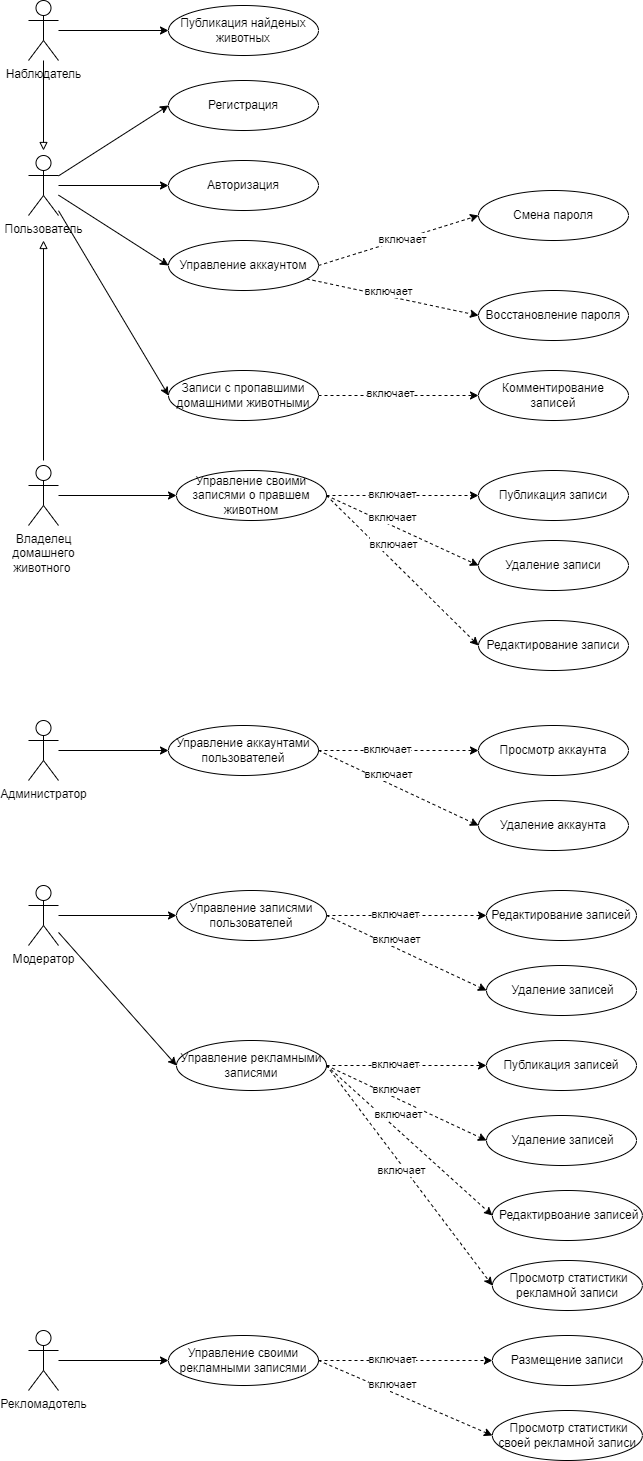
This is Lab Work №1/docs/use-case-diagram.drawio.png from nikitasik4ik/HSE_Architecture, a draw.io export, as it was before one commit. Source tidied: cells renumbered, new cells last; positions are measured from the earlier drawing's top-left corner, leaving out a move shared by most shapes. The source it was exported from:
```xml
<mxGraphModel>
  <root>
    <mxCell id="0" />
    <mxCell id="1" parent="0" />
    <mxCell id="2" value="Регистрация" style="ellipse;whiteSpace=wrap;html=1;" parent="1" vertex="1">
      <mxGeometry x="140" y="80" width="150" height="50" as="geometry" />
    </mxCell>
    <mxCell id="3" value="Авторизация" style="ellipse;whiteSpace=wrap;html=1;" parent="1" vertex="1">
      <mxGeometry x="140" y="160" width="150" height="50" as="geometry" />
    </mxCell>
    <mxCell id="4" value="Восстановление пароля" style="ellipse;whiteSpace=wrap;html=1;" parent="1" vertex="1">
      <mxGeometry x="450" y="290" width="150" height="50" as="geometry" />
    </mxCell>
    <mxCell id="5" value="Комментирование записей" style="ellipse;whiteSpace=wrap;html=1;" parent="1" vertex="1">
      <mxGeometry x="450" y="370" width="150" height="50" as="geometry" />
    </mxCell>
    <mxCell id="6" style="rounded=0;jettySize=auto;html=1;entryX=0;entryY=0.5;entryDx=0;entryDy=0;dashed=1;" parent="1" edge="1" source="8" target="4">
      <mxGeometry relative="1" as="geometry" />
    </mxCell>
    <mxCell id="7" value="включает" style="edgeLabel;html=1;align=center;verticalAlign=middle;" parent="6" vertex="1">
      <mxGeometry x="-0.4" y="3" relative="1" as="geometry">
        <mxPoint x="29" y="4" as="offset" />
      </mxGeometry>
    </mxCell>
    <mxCell id="8" value="Управление аккаунтом" style="ellipse;whiteSpace=wrap;html=1;" parent="1" vertex="1">
      <mxGeometry x="140" y="240" width="150" height="50" as="geometry" />
    </mxCell>
    <mxCell id="9" style="rounded=0;jettySize=auto;html=1;entryX=0;entryY=0.5;entryDx=0;entryDy=0;dashed=1;exitX=1;exitY=0.5;exitDx=0;exitDy=0;" parent="1" edge="1" source="8" target="11">
      <mxGeometry relative="1" as="geometry" />
    </mxCell>
    <mxCell id="10" value="включает" style="edgeLabel;html=1;align=center;verticalAlign=middle;" parent="9" vertex="1">
      <mxGeometry x="-0.4" y="3" relative="1" as="geometry">
        <mxPoint x="37" y="-9" as="offset" />
      </mxGeometry>
    </mxCell>
    <mxCell id="11" value="Смена пароля" style="ellipse;whiteSpace=wrap;html=1;" parent="1" vertex="1">
      <mxGeometry x="450" y="190" width="150" height="50" as="geometry" />
    </mxCell>
    <mxCell id="12" style="rounded=0;jettySize=auto;html=1;entryX=0;entryY=0.5;entryDx=0;entryDy=0;" parent="1" edge="1" source="17" target="2">
      <mxGeometry relative="1" as="geometry" />
    </mxCell>
    <mxCell id="13" style="rounded=0;jettySize=auto;html=1;entryX=0;entryY=0.5;entryDx=0;entryDy=0;" parent="1" edge="1" source="17" target="3">
      <mxGeometry relative="1" as="geometry" />
    </mxCell>
    <mxCell id="14" style="rounded=0;jettySize=auto;html=1;entryX=0;entryY=0.5;entryDx=0;entryDy=0;" parent="1" edge="1" source="17" target="8">
      <mxGeometry relative="1" as="geometry" />
    </mxCell>
    <mxCell id="15" style="rounded=0;jettySize=auto;html=1;entryX=0;entryY=0.5;entryDx=0;entryDy=0;" parent="1" edge="1" source="21" target="27">
      <mxGeometry relative="1" as="geometry" />
    </mxCell>
    <mxCell id="16" style="rounded=0;jettySize=auto;html=1;entryX=0;entryY=0.5;entryDx=0;entryDy=0;" parent="1" edge="1" source="17" target="32">
      <mxGeometry relative="1" as="geometry" />
    </mxCell>
    <mxCell id="17" value="Пользователь" style="shape=umlActor;verticalLabelPosition=bottom;verticalAlign=top;html=1;outlineConnect=0;" parent="1" vertex="1">
      <mxGeometry y="155" width="30" height="60" as="geometry" />
    </mxCell>
    <mxCell id="18" style="rounded=0;jettySize=auto;html=1;endArrow=block;endFill=0;" parent="1" edge="1" source="20">
      <mxGeometry relative="1" as="geometry">
        <mxPoint x="15" y="150" as="targetPoint" />
      </mxGeometry>
    </mxCell>
    <mxCell id="19" style="edgeStyle=orthogonalEdgeStyle;rounded=0;jettySize=auto;html=1;entryX=0;entryY=0.5;entryDx=0;entryDy=0;" parent="1" edge="1" source="20" target="31">
      <mxGeometry relative="1" as="geometry" />
    </mxCell>
    <mxCell id="20" value="Наблюдатель" style="shape=umlActor;verticalLabelPosition=bottom;verticalAlign=top;html=1;outlineConnect=0;" parent="1" vertex="1">
      <mxGeometry width="30" height="60" as="geometry" />
    </mxCell>
    <mxCell id="21" value="Владелец &lt;br&gt;домашнего &lt;br&gt;животного&amp;nbsp;" style="shape=umlActor;verticalLabelPosition=bottom;verticalAlign=top;html=1;outlineConnect=0;" parent="1" vertex="1">
      <mxGeometry y="465" width="30" height="60" as="geometry" />
    </mxCell>
    <mxCell id="22" style="rounded=0;orthogonalLoop=1;jettySize=auto;html=1;endArrow=block;endFill=0;" parent="1" edge="1">
      <mxGeometry relative="1" as="geometry">
        <mxPoint x="15" y="460" as="sourcePoint" />
        <mxPoint x="15" y="240" as="targetPoint" />
      </mxGeometry>
    </mxCell>
    <mxCell id="23" style="rounded=0;jettySize=auto;html=1;entryX=0;entryY=0.5;entryDx=0;entryDy=0;dashed=1;exitX=1;exitY=0.5;exitDx=0;exitDy=0;" parent="1" edge="1" source="32" target="5">
      <mxGeometry relative="1" as="geometry" />
    </mxCell>
    <mxCell id="24" value="включает" style="edgeLabel;html=1;align=center;verticalAlign=middle;" parent="23" vertex="1">
      <mxGeometry x="-0.5" y="-2" relative="1" as="geometry">
        <mxPoint x="32" y="-4" as="offset" />
      </mxGeometry>
    </mxCell>
    <mxCell id="25" style="rounded=0;jettySize=auto;html=1;entryX=0;entryY=0.5;entryDx=0;entryDy=0;dashed=1;" parent="1" edge="1" source="27" target="30">
      <mxGeometry relative="1" as="geometry" />
    </mxCell>
    <mxCell id="26" value="включает" style="edgeLabel;html=1;align=center;verticalAlign=middle;" parent="25" vertex="1">
      <mxGeometry x="-0.35" y="1" relative="1" as="geometry">
        <mxPoint x="16" as="offset" />
      </mxGeometry>
    </mxCell>
    <mxCell id="27" value="Управление своими записями о правшем животном" style="ellipse;whiteSpace=wrap;html=1;" parent="1" vertex="1">
      <mxGeometry x="148" y="470" width="150" height="50" as="geometry" />
    </mxCell>
    <mxCell id="28" style="edgeStyle=orthogonalEdgeStyle;rounded=0;jettySize=auto;html=1;entryX=0;entryY=0.5;entryDx=0;entryDy=0;" parent="1" edge="1" source="29" target="39">
      <mxGeometry relative="1" as="geometry" />
    </mxCell>
    <mxCell id="29" value="Администратор" style="shape=umlActor;verticalLabelPosition=bottom;verticalAlign=top;html=1;outlineConnect=0;" parent="1" vertex="1">
      <mxGeometry y="720" width="30" height="60" as="geometry" />
    </mxCell>
    <mxCell id="30" value="Публикация записи" style="ellipse;whiteSpace=wrap;html=1;" parent="1" vertex="1">
      <mxGeometry x="450" y="470" width="150" height="50" as="geometry" />
    </mxCell>
    <mxCell id="31" value="Публикация найденых животных" style="ellipse;whiteSpace=wrap;html=1;" parent="1" vertex="1">
      <mxGeometry x="140" y="5" width="150" height="50" as="geometry" />
    </mxCell>
    <mxCell id="32" value="Записи с пропавшими домашними животными" style="ellipse;whiteSpace=wrap;html=1;" parent="1" vertex="1">
      <mxGeometry x="140" y="370" width="150" height="50" as="geometry" />
    </mxCell>
    <mxCell id="33" style="rounded=0;jettySize=auto;html=1;entryX=0;entryY=0.5;entryDx=0;entryDy=0;dashed=1;exitX=1;exitY=0.5;exitDx=0;exitDy=0;" parent="1" edge="1" source="27" target="35">
      <mxGeometry relative="1" as="geometry" />
    </mxCell>
    <mxCell id="34" value="включает" style="edgeLabel;html=1;align=center;verticalAlign=middle;" parent="33" vertex="1">
      <mxGeometry x="-0.35" y="1" relative="1" as="geometry">
        <mxPoint x="16" as="offset" />
      </mxGeometry>
    </mxCell>
    <mxCell id="35" value="Удаление записи" style="ellipse;whiteSpace=wrap;html=1;" parent="1" vertex="1">
      <mxGeometry x="450" y="540" width="150" height="50" as="geometry" />
    </mxCell>
    <mxCell id="36" style="rounded=0;jettySize=auto;html=1;entryX=0;entryY=0.5;entryDx=0;entryDy=0;dashed=1;exitX=1;exitY=0.5;exitDx=0;exitDy=0;" parent="1" edge="1" source="27" target="38">
      <mxGeometry relative="1" as="geometry" />
    </mxCell>
    <mxCell id="37" value="включает" style="edgeLabel;html=1;align=center;verticalAlign=middle;" parent="36" vertex="1">
      <mxGeometry x="-0.35" y="1" relative="1" as="geometry">
        <mxPoint x="16" as="offset" />
      </mxGeometry>
    </mxCell>
    <mxCell id="38" value="Редактирование записи" style="ellipse;whiteSpace=wrap;html=1;" parent="1" vertex="1">
      <mxGeometry x="450" y="620" width="150" height="50" as="geometry" />
    </mxCell>
    <mxCell id="39" value="Управление аккаунтами пользователей" style="ellipse;whiteSpace=wrap;html=1;" parent="1" vertex="1">
      <mxGeometry x="140" y="725" width="150" height="50" as="geometry" />
    </mxCell>
    <mxCell id="40" style="rounded=0;jettySize=auto;html=1;entryX=0;entryY=0.5;entryDx=0;entryDy=0;dashed=1;exitX=1;exitY=0.5;exitDx=0;exitDy=0;" parent="1" edge="1" source="39" target="42">
      <mxGeometry relative="1" as="geometry" />
    </mxCell>
    <mxCell id="41" value="включает" style="edgeLabel;html=1;align=center;verticalAlign=middle;" parent="40" vertex="1">
      <mxGeometry x="-0.35" y="1" relative="1" as="geometry">
        <mxPoint x="16" as="offset" />
      </mxGeometry>
    </mxCell>
    <mxCell id="42" value="Просмотр аккаунта" style="ellipse;whiteSpace=wrap;html=1;" parent="1" vertex="1">
      <mxGeometry x="450" y="725" width="150" height="50" as="geometry" />
    </mxCell>
    <mxCell id="43" style="rounded=0;jettySize=auto;html=1;entryX=0;entryY=0.5;entryDx=0;entryDy=0;dashed=1;exitX=1;exitY=0.5;exitDx=0;exitDy=0;" parent="1" edge="1" source="39" target="45">
      <mxGeometry relative="1" as="geometry" />
    </mxCell>
    <mxCell id="44" value="включает" style="edgeLabel;html=1;align=center;verticalAlign=middle;" parent="43" vertex="1">
      <mxGeometry x="-0.35" y="1" relative="1" as="geometry">
        <mxPoint x="16" as="offset" />
      </mxGeometry>
    </mxCell>
    <mxCell id="45" value="Удаление аккаунта" style="ellipse;whiteSpace=wrap;html=1;" parent="1" vertex="1">
      <mxGeometry x="450" y="800" width="150" height="50" as="geometry" />
    </mxCell>
    <mxCell id="46" value="Управление записями пользователей" style="ellipse;whiteSpace=wrap;html=1;" parent="1" vertex="1">
      <mxGeometry x="148" y="890" width="150" height="50" as="geometry" />
    </mxCell>
    <mxCell id="47" style="rounded=0;jettySize=auto;html=1;entryX=0;entryY=0.5;entryDx=0;entryDy=0;dashed=1;exitX=1;exitY=0.5;exitDx=0;exitDy=0;" parent="1" edge="1" source="46" target="49">
      <mxGeometry relative="1" as="geometry" />
    </mxCell>
    <mxCell id="48" value="включает" style="edgeLabel;html=1;align=center;verticalAlign=middle;" parent="47" vertex="1">
      <mxGeometry x="-0.35" y="1" relative="1" as="geometry">
        <mxPoint x="16" as="offset" />
      </mxGeometry>
    </mxCell>
    <mxCell id="49" value="Редактирование записей" style="ellipse;whiteSpace=wrap;html=1;" parent="1" vertex="1">
      <mxGeometry x="458" y="890" width="150" height="50" as="geometry" />
    </mxCell>
    <mxCell id="50" style="rounded=0;jettySize=auto;html=1;entryX=0;entryY=0.5;entryDx=0;entryDy=0;dashed=1;exitX=1;exitY=0.5;exitDx=0;exitDy=0;" parent="1" edge="1" source="46" target="52">
      <mxGeometry relative="1" as="geometry" />
    </mxCell>
    <mxCell id="51" value="включает" style="edgeLabel;html=1;align=center;verticalAlign=middle;" parent="50" vertex="1">
      <mxGeometry x="-0.35" y="1" relative="1" as="geometry">
        <mxPoint x="16" as="offset" />
      </mxGeometry>
    </mxCell>
    <mxCell id="52" value="&amp;nbsp;Удаление записей" style="ellipse;whiteSpace=wrap;html=1;" parent="1" vertex="1">
      <mxGeometry x="458" y="965" width="150" height="50" as="geometry" />
    </mxCell>
    <mxCell id="53" style="edgeStyle=orthogonalEdgeStyle;rounded=0;jettySize=auto;html=1;entryX=0;entryY=0.5;entryDx=0;entryDy=0;" parent="1" edge="1" source="55" target="46">
      <mxGeometry relative="1" as="geometry" />
    </mxCell>
    <mxCell id="54" style="rounded=0;jettySize=auto;html=1;entryX=0;entryY=0.5;entryDx=0;entryDy=0;" parent="1" edge="1" source="55" target="59">
      <mxGeometry relative="1" as="geometry" />
    </mxCell>
    <mxCell id="55" value="Модератор" style="shape=umlActor;verticalLabelPosition=bottom;verticalAlign=top;html=1;outlineConnect=0;" parent="1" vertex="1">
      <mxGeometry y="885" width="30" height="60" as="geometry" />
    </mxCell>
    <mxCell id="56" style="edgeStyle=orthogonalEdgeStyle;rounded=0;jettySize=auto;html=1;" parent="1" edge="1" source="57" target="58">
      <mxGeometry relative="1" as="geometry" />
    </mxCell>
    <mxCell id="57" value="Рекломадотель" style="shape=umlActor;verticalLabelPosition=bottom;verticalAlign=top;html=1;outlineConnect=0;" parent="1" vertex="1">
      <mxGeometry y="1330" width="30" height="60" as="geometry" />
    </mxCell>
    <mxCell id="58" value="Управление своими рекламными записями" style="ellipse;whiteSpace=wrap;html=1;" parent="1" vertex="1">
      <mxGeometry x="140" y="1335" width="150" height="50" as="geometry" />
    </mxCell>
    <mxCell id="59" value="Управление рекламными записями" style="ellipse;whiteSpace=wrap;html=1;" parent="1" vertex="1">
      <mxGeometry x="148" y="1040" width="150" height="50" as="geometry" />
    </mxCell>
    <mxCell id="60" style="rounded=0;jettySize=auto;html=1;entryX=0;entryY=0.5;entryDx=0;entryDy=0;dashed=1;exitX=1;exitY=0.5;exitDx=0;exitDy=0;" parent="1" edge="1" source="59" target="62">
      <mxGeometry relative="1" as="geometry" />
    </mxCell>
    <mxCell id="61" value="включает" style="edgeLabel;html=1;align=center;verticalAlign=middle;" parent="60" vertex="1">
      <mxGeometry x="-0.35" y="1" relative="1" as="geometry">
        <mxPoint x="16" as="offset" />
      </mxGeometry>
    </mxCell>
    <mxCell id="62" value="Публикация записей" style="ellipse;whiteSpace=wrap;html=1;" parent="1" vertex="1">
      <mxGeometry x="458" y="1040" width="150" height="50" as="geometry" />
    </mxCell>
    <mxCell id="63" style="rounded=0;jettySize=auto;html=1;entryX=0;entryY=0.5;entryDx=0;entryDy=0;dashed=1;exitX=1;exitY=0.5;exitDx=0;exitDy=0;" parent="1" edge="1" source="59" target="65">
      <mxGeometry relative="1" as="geometry" />
    </mxCell>
    <mxCell id="64" value="включает" style="edgeLabel;html=1;align=center;verticalAlign=middle;" parent="63" vertex="1">
      <mxGeometry x="-0.35" y="1" relative="1" as="geometry">
        <mxPoint x="16" as="offset" />
      </mxGeometry>
    </mxCell>
    <mxCell id="65" value="&amp;nbsp;Удаление записей" style="ellipse;whiteSpace=wrap;html=1;" parent="1" vertex="1">
      <mxGeometry x="458" y="1115" width="150" height="50" as="geometry" />
    </mxCell>
    <mxCell id="66" value="&amp;nbsp;Редактирвоание записей" style="ellipse;whiteSpace=wrap;html=1;" parent="1" vertex="1">
      <mxGeometry x="463.9" y="1190" width="150" height="50" as="geometry" />
    </mxCell>
    <mxCell id="67" style="rounded=0;jettySize=auto;html=1;entryX=0;entryY=0.5;entryDx=0;entryDy=0;dashed=1;exitX=1;exitY=0.5;exitDx=0;exitDy=0;" parent="1" edge="1" source="59" target="66">
      <mxGeometry relative="1" as="geometry" />
    </mxCell>
    <mxCell id="68" value="включает" style="edgeLabel;html=1;align=center;verticalAlign=middle;" parent="67" vertex="1">
      <mxGeometry x="-0.35" y="1" relative="1" as="geometry">
        <mxPoint x="16" as="offset" />
      </mxGeometry>
    </mxCell>
    <mxCell id="69" style="rounded=0;jettySize=auto;html=1;entryX=0;entryY=0.5;entryDx=0;entryDy=0;dashed=1;exitX=1;exitY=0.5;exitDx=0;exitDy=0;" parent="1" edge="1" source="58" target="71">
      <mxGeometry relative="1" as="geometry" />
    </mxCell>
    <mxCell id="70" value="включает" style="edgeLabel;html=1;align=center;verticalAlign=middle;" parent="69" vertex="1">
      <mxGeometry x="-0.35" y="1" relative="1" as="geometry">
        <mxPoint x="16" as="offset" />
      </mxGeometry>
    </mxCell>
    <mxCell id="71" value="Размещение записи" style="ellipse;whiteSpace=wrap;html=1;" parent="1" vertex="1">
      <mxGeometry x="463.9" y="1335" width="150" height="50" as="geometry" />
    </mxCell>
    <mxCell id="72" style="rounded=0;jettySize=auto;html=1;entryX=0;entryY=0.5;entryDx=0;entryDy=0;dashed=1;exitX=1;exitY=0.5;exitDx=0;exitDy=0;" parent="1" edge="1" source="58" target="74">
      <mxGeometry relative="1" as="geometry" />
    </mxCell>
    <mxCell id="73" value="включает" style="edgeLabel;html=1;align=center;verticalAlign=middle;" parent="72" vertex="1">
      <mxGeometry x="-0.35" y="1" relative="1" as="geometry">
        <mxPoint x="16" as="offset" />
      </mxGeometry>
    </mxCell>
    <mxCell id="74" value="&amp;nbsp;Просмотр статистики своей рекламной записи" style="ellipse;whiteSpace=wrap;html=1;" parent="1" vertex="1">
      <mxGeometry x="463.9" y="1410" width="150" height="50" as="geometry" />
    </mxCell>
    <mxCell id="75" value="&amp;nbsp;Просмотр статистики рекламной записи" style="ellipse;whiteSpace=wrap;html=1;" parent="1" vertex="1">
      <mxGeometry x="463.9" y="1260" width="150" height="50" as="geometry" />
    </mxCell>
    <mxCell id="76" style="rounded=0;jettySize=auto;html=1;entryX=0;entryY=0.5;entryDx=0;entryDy=0;dashed=1;exitX=1;exitY=0.5;exitDx=0;exitDy=0;" parent="1" edge="1" source="59" target="75">
      <mxGeometry relative="1" as="geometry" />
    </mxCell>
    <mxCell id="77" value="включает" style="edgeLabel;html=1;align=center;verticalAlign=middle;" parent="76" vertex="1">
      <mxGeometry x="-0.35" y="1" relative="1" as="geometry">
        <mxPoint x="20" y="33" as="offset" />
      </mxGeometry>
    </mxCell>
  </root>
</mxGraphModel>
```
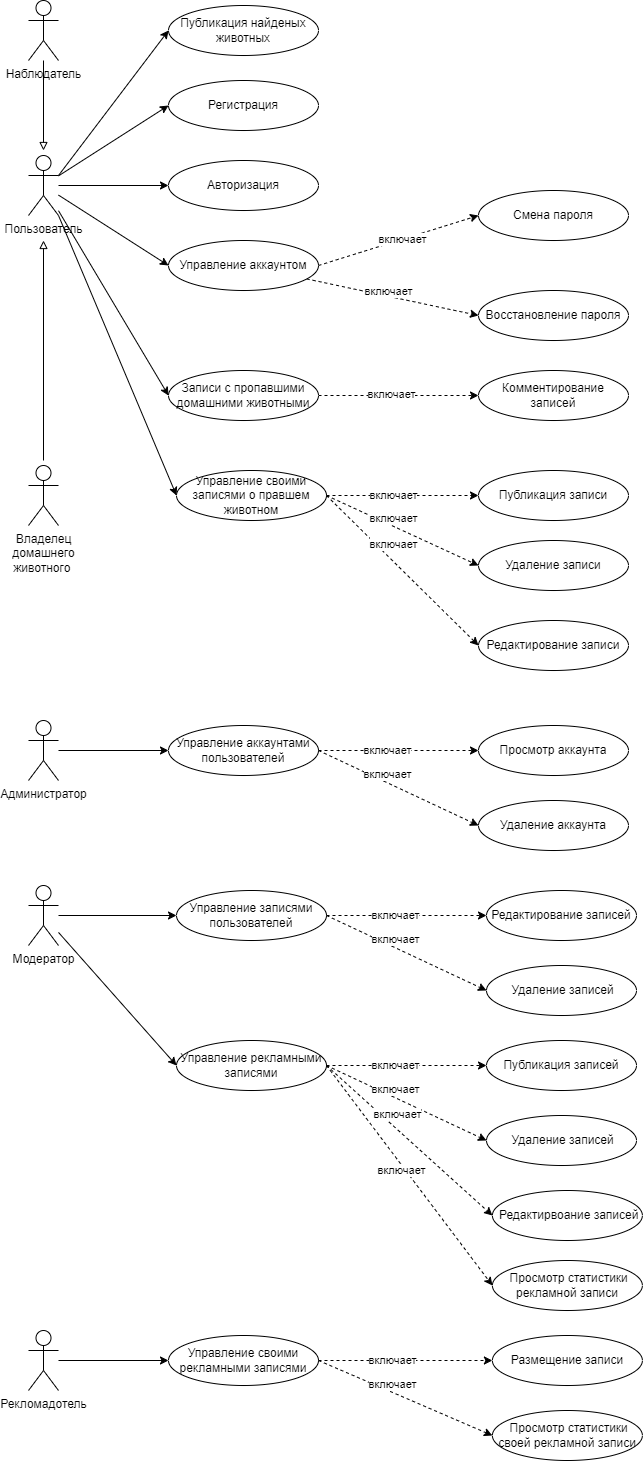
Above is the later version.

Change to the diagram source:
```diff
@@ -45,7 +45,7 @@
     <mxCell id="14" style="rounded=0;jettySize=auto;html=1;entryX=0;entryY=0.5;entryDx=0;entryDy=0;" parent="1" edge="1" source="17" target="8">
       <mxGeometry relative="1" as="geometry" />
     </mxCell>
-    <mxCell id="15" style="rounded=0;jettySize=auto;html=1;entryX=0;entryY=0.5;entryDx=0;entryDy=0;" parent="1" edge="1" source="21" target="27">
+    <mxCell id="15" style="rounded=0;jettySize=auto;html=1;entryX=0;entryY=0.5;entryDx=0;entryDy=0;exitX=1;exitY=1;exitDx=0;exitDy=0;exitPerimeter=0;" parent="1" edge="1" source="17" target="27">
       <mxGeometry relative="1" as="geometry" />
     </mxCell>
     <mxCell id="16" style="rounded=0;jettySize=auto;html=1;entryX=0;entryY=0.5;entryDx=0;entryDy=0;" parent="1" edge="1" source="17" target="32">
@@ -59,7 +59,7 @@
         <mxPoint x="15" y="150" as="targetPoint" />
       </mxGeometry>
     </mxCell>
-    <mxCell id="19" style="edgeStyle=orthogonalEdgeStyle;rounded=0;jettySize=auto;html=1;entryX=0;entryY=0.5;entryDx=0;entryDy=0;" parent="1" edge="1" source="20" target="31">
+    <mxCell id="19" style="rounded=0;jettySize=auto;html=1;entryX=0;entryY=0.5;entryDx=0;entryDy=0;exitX=1;exitY=0.3333333333333333;exitDx=0;exitDy=0;exitPerimeter=0;" parent="1" edge="1" source="17" target="31">
       <mxGeometry relative="1" as="geometry" />
     </mxCell>
     <mxCell id="20" value="Наблюдатель" style="shape=umlActor;verticalLabelPosition=bottom;verticalAlign=top;html=1;outlineConnect=0;" parent="1" vertex="1">
```
